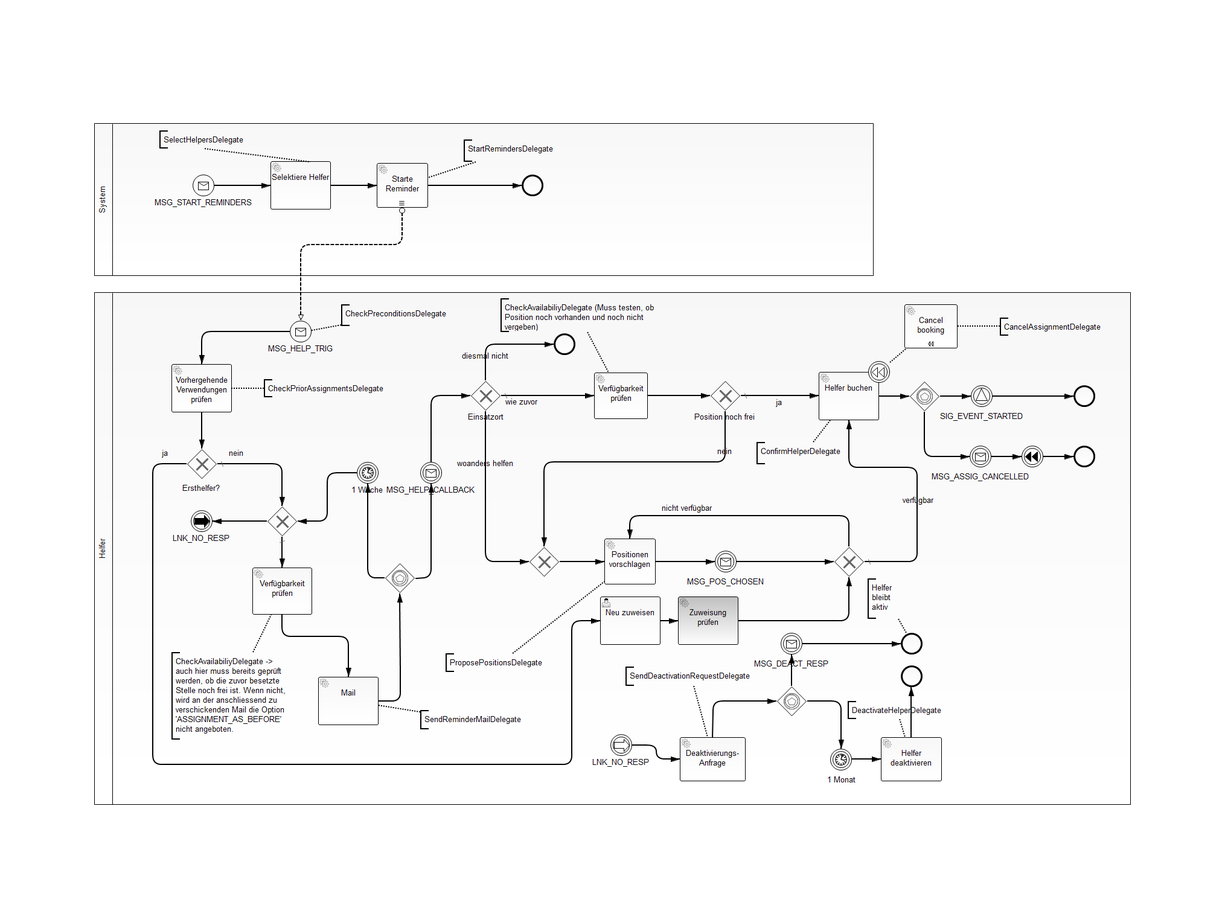
The BPMN diagram resourceplanning-bpm/src/main/resources/RequestHelp.png in gheddie/speedys-resourceplanning, before a commit. Its source is kept beside it as resourceplanning-bpm/src/main/resources/RequestHelp.bpmn. Ids are renumbered.
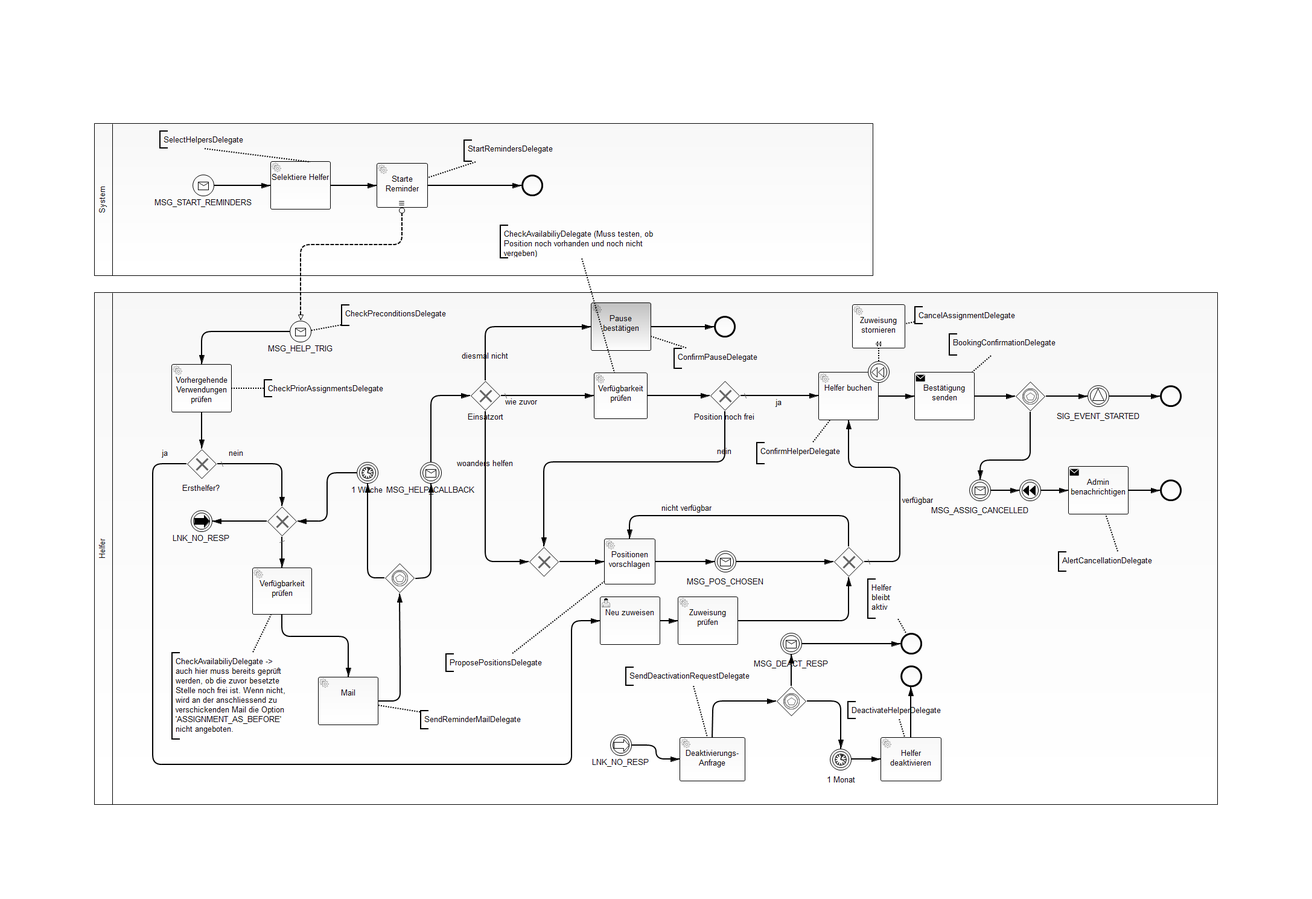
After the change.

Diff of the diagram source:
```diff
@@ -68,3 +68,3 @@
     <bpmn:sequenceFlow id="flowAsLastTime" name="wie zuvor" sourceRef="ExclusiveGateway_n21" targetRef="ServiceTask_3"/>
-    <bpmn:sequenceFlow id="flowPauseMe" name="diesmal nicht" sourceRef="ExclusiveGateway_n21" targetRef="EndEvent_n22">
+    <bpmn:sequenceFlow id="flowPauseMe" name="diesmal nicht" sourceRef="ExclusiveGateway_n21" targetRef="ServiceTask_n30">
       <bpmn:conditionExpression xsi:type="bpmn:tFormalExpression">${helperCallback=='PAUSE_ME'}</bpmn:conditionExpression>
@@ -92,5 +92,2 @@
     </bpmn:startEvent>
-    <bpmn:endEvent id="EndEvent_n22">
-      <bpmn:incoming>flowPauseMe</bpmn:incoming>
-    </bpmn:endEvent>
     <bpmn:serviceTask id="ServiceTask_n20" camunda:class="de.trispeedys.resourceplanning.delegate.requesthelp.ConfirmHelperDelegate" name="Helfer buchen">
@@ -225,3 +222,3 @@
     <bpmn:sequenceFlow id="SequenceFlow_16" name="" sourceRef="IntermediateCatchEvent_3" targetRef="ExclusiveGateway_1"/>
-    <bpmn:serviceTask id="ServiceTask_5" camunda:class="de.trispeedys.resourceplanning.delegate.requesthelp.CancelAssignmentDelegate" name="Cancel booking" isForCompensation="true"/>
+    <bpmn:serviceTask id="ServiceTask_5" camunda:class="de.trispeedys.resourceplanning.delegate.requesthelp.CancelAssignmentDelegate" name="Zuweisung stornieren" isForCompensation="true"/>
     <bpmn:boundaryEvent id="BoundaryEvent_1" name="" attachedToRef="ServiceTask_n20">
@@ -229,8 +226,16 @@
     </bpmn:boundaryEvent>
-    <bpmn:eventBasedGateway id="EventBasedGateway_2">
-      <bpmn:incoming>SequenceFlow_17</bpmn:incoming>
-      <bpmn:outgoing>SequenceFlow_18</bpmn:outgoing>
-      <bpmn:outgoing>SequenceFlow_19</bpmn:outgoing>
-    </bpmn:eventBasedGateway>
-    <bpmn:sequenceFlow id="SequenceFlow_17" name="" sourceRef="ServiceTask_n20" targetRef="EventBasedGateway_2"/>
+    <bpmn:sequenceFlow id="SequenceFlow_17" name="" sourceRef="ServiceTask_n20" targetRef="SendTask_n31"/>
+    <bpmn:sequenceFlow id="SequenceFlow_18" name="" sourceRef="EventBasedGateway_2" targetRef="IntermediateCatchEvent_2"/>
+    <bpmn:sequenceFlow id="SequenceFlow_20" name="" sourceRef="IntermediateCatchEvent_4" targetRef="IntermediateThrowEvent_1"/>
+    <bpmn:sequenceFlow id="SequenceFlow_21" name="" sourceRef="IntermediateThrowEvent_1" targetRef="SendTask_n32"/>
+    <bpmn:sequenceFlow id="SequenceFlow_22" name="" sourceRef="IntermediateCatchEvent_2" targetRef="EndEvent_3"/>
+    <bpmn:sequenceFlow id="SequenceFlow_n29" sourceRef="ServiceTask_n28" targetRef="ExclusiveGateway_1"/>
+    <bpmn:serviceTask id="ServiceTask_n28" camunda:class="de.trispeedys.resourceplanning.delegate.requesthelp.availability.CheckManualAssignmentDelegate" name="Zuweisung prüfen">
+      <bpmn:incoming>SequenceFlow_14</bpmn:incoming>
+      <bpmn:outgoing>SequenceFlow_n29</bpmn:outgoing>
+    </bpmn:serviceTask>
+    <bpmn:endEvent id="EndEvent_3">
+      <bpmn:incoming>SequenceFlow_22</bpmn:incoming>
+    </bpmn:endEvent>
+    <bpmn:sequenceFlow id="SequenceFlow_n33" sourceRef="SendTask_n32" targetRef="EndEvent_2"/>
     <bpmn:intermediateCatchEvent id="IntermediateCatchEvent_2" name="SIG_EVENT_STARTED">
@@ -240,9 +245,9 @@
     </bpmn:intermediateCatchEvent>
-    <bpmn:sequenceFlow id="SequenceFlow_18" name="" sourceRef="EventBasedGateway_2" targetRef="IntermediateCatchEvent_2"/>
-    <bpmn:intermediateCatchEvent id="IntermediateCatchEvent_4" name="MSG_ASSIG_CANCELLED">
-      <bpmn:incoming>SequenceFlow_19</bpmn:incoming>
-      <bpmn:outgoing>SequenceFlow_20</bpmn:outgoing>
-      <bpmn:messageEventDefinition id="_MessageEventDefinition_6" messageRef="Message_7"/>
-    </bpmn:intermediateCatchEvent>
-    <bpmn:sequenceFlow id="SequenceFlow_19" name="" sourceRef="EventBasedGateway_2" targetRef="IntermediateCatchEvent_4"/>
+    <bpmn:sendTask id="SendTask_n32" camunda:class="de.trispeedys.resourceplanning.delegate.requesthelp.AlertCancellationDelegate" name="Admin benachrichtigen">
+      <bpmn:incoming>SequenceFlow_21</bpmn:incoming>
+      <bpmn:outgoing>SequenceFlow_n33</bpmn:outgoing>
+    </bpmn:sendTask>
+    <bpmn:endEvent id="EndEvent_2">
+      <bpmn:incoming>SequenceFlow_n33</bpmn:incoming>
+    </bpmn:endEvent>
     <bpmn:intermediateThrowEvent id="IntermediateThrowEvent_1">
@@ -252,15 +257,25 @@
     </bpmn:intermediateThrowEvent>
-    <bpmn:sequenceFlow id="SequenceFlow_20" name="" sourceRef="IntermediateCatchEvent_4" targetRef="IntermediateThrowEvent_1"/>
-    <bpmn:endEvent id="EndEvent_2">
-      <bpmn:incoming>SequenceFlow_21</bpmn:incoming>
+    <bpmn:intermediateCatchEvent id="IntermediateCatchEvent_4" name="MSG_ASSIG_CANCELLED">
+      <bpmn:incoming>SequenceFlow_n34</bpmn:incoming>
+      <bpmn:outgoing>SequenceFlow_20</bpmn:outgoing>
+      <bpmn:messageEventDefinition id="_MessageEventDefinition_6" messageRef="Message_7"/>
+    </bpmn:intermediateCatchEvent>
+    <bpmn:sequenceFlow id="SequenceFlow_n34" sourceRef="EventBasedGateway_2" targetRef="IntermediateCatchEvent_4"/>
+    <bpmn:eventBasedGateway id="EventBasedGateway_2">
+      <bpmn:incoming>SequenceFlow_n35</bpmn:incoming>
+      <bpmn:outgoing>SequenceFlow_18</bpmn:outgoing>
+      <bpmn:outgoing>SequenceFlow_n34</bpmn:outgoing>
+    </bpmn:eventBasedGateway>
+    <bpmn:sequenceFlow id="SequenceFlow_n35" sourceRef="SendTask_n31" targetRef="EventBasedGateway_2"/>
+    <bpmn:sendTask id="SendTask_n31" camunda:class="de.trispeedys.resourceplanning.delegate.requesthelp.BookingConfirmationDelegate" name="Bestätigung senden">
+      <bpmn:incoming>SequenceFlow_17</bpmn:incoming>
+      <bpmn:outgoing>SequenceFlow_n35</bpmn:outgoing>
+    </bpmn:sendTask>
+    <bpmn:endEvent id="EndEvent_n22">
+      <bpmn:incoming>SequenceFlow_n36</bpmn:incoming>
     </bpmn:endEvent>
-    <bpmn:sequenceFlow id="SequenceFlow_21" name="" sourceRef="IntermediateThrowEvent_1" targetRef="EndEvent_2"/>
-    <bpmn:endEvent id="EndEvent_3">
-      <bpmn:incoming>SequenceFlow_22</bpmn:incoming>
-    </bpmn:endEvent>
-    <bpmn:sequenceFlow id="SequenceFlow_22" name="" sourceRef="IntermediateCatchEvent_2" targetRef="EndEvent_3"/>
-    <bpmn:sequenceFlow id="SequenceFlow_n29" sourceRef="ServiceTask_n28" targetRef="ExclusiveGateway_1"/>
-    <bpmn:serviceTask id="ServiceTask_n28" camunda:class="de.trispeedys.resourceplanning.delegate.requesthelp.availability.CheckManualAssignmentDelegate" name="Zuweisung prüfen">
-      <bpmn:incoming>SequenceFlow_14</bpmn:incoming>
-      <bpmn:outgoing>SequenceFlow_n29</bpmn:outgoing>
+    <bpmn:sequenceFlow id="SequenceFlow_n36" sourceRef="ServiceTask_n30" targetRef="EndEvent_n22"/>
+    <bpmn:serviceTask id="ServiceTask_n30" camunda:class="de.trispeedys.resourceplanning.delegate.requesthelp.ConfirmPauseDelegate" name="Pause bestätigen">
+      <bpmn:incoming>flowPauseMe</bpmn:incoming>
+      <bpmn:outgoing>SequenceFlow_n36</bpmn:outgoing>
     </bpmn:serviceTask>
@@ -299,2 +314,14 @@
     <bpmn:association id="Association_14" sourceRef="TextAnnotation_4" targetRef="ServiceTask_5"/>
+    <bpmn:association id="Association_15" sourceRef="TextAnnotation_14" targetRef="SendTask_n32"/>
+    <bpmn:textAnnotation id="TextAnnotation_14">
+      <bpmn:text>AlertCancellationDelegate</bpmn:text>
+    </bpmn:textAnnotation>
+    <bpmn:textAnnotation id="TextAnnotation_15">
+      <bpmn:text>BookingConfirmationDelegate</bpmn:text>
+    </bpmn:textAnnotation>
+    <bpmn:association id="Association_16" sourceRef="TextAnnotation_15" targetRef="SendTask_n31"/>
+    <bpmn:textAnnotation id="TextAnnotation_16">
+      <bpmn:text>ConfirmPauseDelegate</bpmn:text>
+    </bpmn:textAnnotation>
+    <bpmn:association id="Association_17" sourceRef="TextAnnotation_16" targetRef="ServiceTask_n30"/>
   </bpmn:process>
@@ -329,3 +356,3 @@
       <bpmndi:BPMNShape id="Participant_n3_di" bpmnElement="Participant_n3" isHorizontal="false">
-        <dc:Bounds height="849.0" width="1717.0" x="156.0" y="484.0"/>
+        <dc:Bounds height="849.0" width="1862.0" x="156.0" y="484.0"/>
       </bpmndi:BPMNShape>
@@ -361,5 +388,5 @@
       <bpmndi:BPMNShape id="EndEvent_n22_di" bpmnElement="EndEvent_n22">
-        <dc:Bounds height="36.0" width="36.0" x="917.0" y="552.0"/>
-        <bpmndi:BPMNLabel>
-          <dc:Bounds height="0.0" width="0.0" x="935.0" y="588.0"/>
+        <dc:Bounds height="36.0" width="36.0" x="1183.0" y="523.0"/>
+        <bpmndi:BPMNLabel>
+          <dc:Bounds height="0.0" width="90.0" x="1156.0" y="559.0"/>
         </bpmndi:BPMNLabel>
@@ -368,4 +395,4 @@
         <di:waypoint xsi:type="dc:Point" x="804.0" y="630.0"/>
-        <di:waypoint xsi:type="dc:Point" x="804.0" y="570.0"/>
-        <di:waypoint xsi:type="dc:Point" x="917.0" y="570.0"/>
+        <di:waypoint xsi:type="dc:Point" x="804.0" y="541.0"/>
+        <di:waypoint xsi:type="dc:Point" x="979.0" y="541.0"/>
         <bpmndi:BPMNLabel>
@@ -561,7 +588,7 @@
       <bpmndi:BPMNShape id="_BPMNShape_TextAnnotation_8" bpmnElement="TextAnnotation_6">
-        <dc:Bounds height="56.0" width="258.0" x="829.0" y="494.0"/>
+        <dc:Bounds height="56.0" width="258.0" x="828.0" y="372.0"/>
       </bpmndi:BPMNShape>
       <bpmndi:BPMNEdge id="BPMNEdge_Association_6" bpmnElement="Association_6" sourceElement="_BPMNShape_TextAnnotation_8" targetElement="_BPMNShape_ServiceTask_4">
-        <di:waypoint xsi:type="dc:Point" x="973.0" y="550.0"/>
-        <di:waypoint xsi:type="dc:Point" x="1008.0" y="617.0"/>
+        <di:waypoint xsi:type="dc:Point" x="965.0" y="428.0"/>
+        <di:waypoint xsi:type="dc:Point" x="1017.0" y="617.0"/>
       </bpmndi:BPMNEdge>
@@ -784,4 +811,4 @@
         <di:waypoint xsi:type="dc:Point" x="1431.0" y="930.0"/>
-        <di:waypoint xsi:type="dc:Point" x="1519.0" y="930.0"/>
-        <di:waypoint xsi:type="dc:Point" x="1519.0" y="774.0"/>
+        <di:waypoint xsi:type="dc:Point" x="1491.0" y="930.0"/>
+        <di:waypoint xsi:type="dc:Point" x="1491.0" y="774.0"/>
         <di:waypoint xsi:type="dc:Point" x="1406.0" y="774.0"/>
@@ -835,3 +862,3 @@
       <bpmndi:BPMNShape id="_BPMNShape_ServiceTask_11" bpmnElement="ServiceTask_5">
-        <dc:Bounds height="73.0" width="88.0" x="1498.0" y="504.0"/>
+        <dc:Bounds height="73.0" width="88.0" x="1412.0" y="504.0"/>
       </bpmndi:BPMNShape>
@@ -844,9 +871,9 @@
       <bpmndi:BPMNEdge id="BPMNEdge_Association_4" bpmnElement="Association_4" sourceElement="_BPMNShape_BoundaryEvent_2" targetElement="_BPMNShape_ServiceTask_11">
-        <di:waypoint xsi:type="dc:Point" x="1474.0" y="600.0"/>
-        <di:waypoint xsi:type="dc:Point" x="1501.0" y="576.0"/>
+        <di:waypoint xsi:type="dc:Point" x="1456.0" y="598.0"/>
+        <di:waypoint xsi:type="dc:Point" x="1456.0" y="576.0"/>
       </bpmndi:BPMNEdge>
       <bpmndi:BPMNShape id="_BPMNShape_EventBasedGateway_3" bpmnElement="EventBasedGateway_2">
-        <dc:Bounds height="50.0" width="50.0" x="1506.0" y="631.0"/>
-        <bpmndi:BPMNLabel>
-          <dc:Bounds height="0.0" width="0.0" x="1531.0" y="686.0"/>
+        <dc:Bounds height="50.0" width="50.0" x="1682.0" y="631.0"/>
+        <bpmndi:BPMNLabel>
+          <dc:Bounds height="0.0" width="90.0" x="1662.0" y="686.0"/>
         </bpmndi:BPMNLabel>
@@ -855,3 +882,3 @@
         <di:waypoint xsi:type="dc:Point" x="1456.0" y="656.0"/>
-        <di:waypoint xsi:type="dc:Point" x="1506.0" y="656.0"/>
+        <di:waypoint xsi:type="dc:Point" x="1516.0" y="656.0"/>
         <bpmndi:BPMNLabel>
@@ -861,5 +888,5 @@
       <bpmndi:BPMNShape id="_BPMNShape_IntermediateCatchEvent_5" bpmnElement="IntermediateCatchEvent_2">
-        <dc:Bounds height="36.0" width="36.0" x="1608.0" y="638.0"/>
-        <bpmndi:BPMNLabel>
-          <dc:Bounds height="22.0" width="134.0" x="1559.0" y="679.0"/>
+        <dc:Bounds height="36.0" width="36.0" x="1802.0" y="638.0"/>
+        <bpmndi:BPMNLabel>
+          <dc:Bounds height="22.0" width="134.0" x="1753.0" y="679.0"/>
         </bpmndi:BPMNLabel>
@@ -867,4 +894,4 @@
       <bpmndi:BPMNEdge id="BPMNEdge_SequenceFlow_21" bpmnElement="SequenceFlow_18" sourceElement="_BPMNShape_EventBasedGateway_3" targetElement="_BPMNShape_IntermediateCatchEvent_5">
-        <di:waypoint xsi:type="dc:Point" x="1556.0" y="656.0"/>
-        <di:waypoint xsi:type="dc:Point" x="1608.0" y="656.0"/>
+        <di:waypoint xsi:type="dc:Point" x="1732.0" y="656.0"/>
+        <di:waypoint xsi:type="dc:Point" x="1802.0" y="656.0"/>
         <bpmndi:BPMNLabel>
@@ -874,33 +901,33 @@
       <bpmndi:BPMNShape id="_BPMNShape_IntermediateCatchEvent_6" bpmnElement="IntermediateCatchEvent_4">
-        <dc:Bounds height="36.0" width="36.0" x="1606.0" y="738.0"/>
-        <bpmndi:BPMNLabel>
-          <dc:Bounds height="22.0" width="167.0" x="1541.0" y="779.0"/>
-        </bpmndi:BPMNLabel>
-      </bpmndi:BPMNShape>
-      <bpmndi:BPMNEdge id="BPMNEdge_SequenceFlow_22" bpmnElement="SequenceFlow_19" sourceElement="_BPMNShape_EventBasedGateway_3" targetElement="_BPMNShape_IntermediateCatchEvent_6">
-        <di:waypoint xsi:type="dc:Point" x="1531.0" y="681.0"/>
-        <di:waypoint xsi:type="dc:Point" x="1531.0" y="756.0"/>
-        <di:waypoint xsi:type="dc:Point" x="1606.0" y="756.0"/>
-        <bpmndi:BPMNLabel>
-          <dc:Bounds height="6.0" width="6.0" x="1528.0" y="756.0"/>
-        </bpmndi:BPMNLabel>
-      </bpmndi:BPMNEdge>
+        <dc:Bounds height="36.0" width="36.0" x="1606.0" y="794.0"/>
+        <bpmndi:BPMNLabel>
+          <dc:Bounds height="22.0" width="167.0" x="1541.0" y="835.0"/>
+        </bpmndi:BPMNLabel>
+      </bpmndi:BPMNShape>
       <bpmndi:BPMNShape id="_BPMNShape_IntermediateThrowEvent_2" bpmnElement="IntermediateThrowEvent_1">
-        <dc:Bounds height="36.0" width="36.0" x="1692.0" y="738.0"/>
+        <dc:Bounds height="36.0" width="36.0" x="1689.0" y="794.0"/>
+        <bpmndi:BPMNLabel>
+          <dc:Bounds height="20.0" width="90.0" x="1662.0" y="830.0"/>
+        </bpmndi:BPMNLabel>
       </bpmndi:BPMNShape>
       <bpmndi:BPMNEdge id="BPMNEdge_SequenceFlow_23" bpmnElement="SequenceFlow_20" sourceElement="_BPMNShape_IntermediateCatchEvent_6" targetElement="_BPMNShape_IntermediateThrowEvent_2">
-        <di:waypoint xsi:type="dc:Point" x="1642.0" y="756.0"/>
-        <di:waypoint xsi:type="dc:Point" x="1692.0" y="756.0"/>
+        <di:waypoint xsi:type="dc:Point" x="1642.0" y="812.0"/>
+        <di:waypoint xsi:type="dc:Point" x="1689.0" y="812.0"/>
       </bpmndi:BPMNEdge>
       <bpmndi:BPMNShape id="_BPMNShape_EndEvent_3" bpmnElement="EndEvent_2">
-        <dc:Bounds height="36.0" width="36.0" x="1778.0" y="738.0"/>
+        <dc:Bounds height="36.0" width="36.0" x="1922.0" y="794.0"/>
+        <bpmndi:BPMNLabel>
+          <dc:Bounds height="20.0" width="90.0" x="1895.0" y="830.0"/>
+        </bpmndi:BPMNLabel>
       </bpmndi:BPMNShape>
       <bpmndi:BPMNEdge id="BPMNEdge_SequenceFlow_24" bpmnElement="SequenceFlow_21" sourceElement="_BPMNShape_IntermediateThrowEvent_2" targetElement="_BPMNShape_EndEvent_3">
-        <di:waypoint xsi:type="dc:Point" x="1728.0" y="756.0"/>
-        <di:waypoint xsi:type="dc:Point" x="1778.0" y="756.0"/>
+        <di:waypoint xsi:type="dc:Point" x="1725.0" y="812.0"/>
+        <di:waypoint xsi:type="dc:Point" x="1749.0" y="812.0"/>
+        <di:waypoint xsi:type="dc:Point" x="1749.0" y="812.0"/>
+        <di:waypoint xsi:type="dc:Point" x="1770.0" y="812.0"/>
       </bpmndi:BPMNEdge>
       <bpmndi:BPMNShape id="_BPMNShape_EndEvent_4" bpmnElement="EndEvent_3">
-        <dc:Bounds height="36.0" width="36.0" x="1778.0" y="638.0"/>
-        <bpmndi:BPMNLabel>
-          <dc:Bounds height="0.0" width="0.0" x="1796.0" y="679.0"/>
+        <dc:Bounds height="36.0" width="36.0" x="1922.0" y="638.0"/>
+        <bpmndi:BPMNLabel>
+          <dc:Bounds height="0.0" width="90.0" x="1895.0" y="679.0"/>
         </bpmndi:BPMNLabel>
@@ -908,4 +935,4 @@
       <bpmndi:BPMNEdge id="BPMNEdge_SequenceFlow_25" bpmnElement="SequenceFlow_22" sourceElement="_BPMNShape_IntermediateCatchEvent_5" targetElement="_BPMNShape_EndEvent_4">
-        <di:waypoint xsi:type="dc:Point" x="1644.0" y="656.0"/>
-        <di:waypoint xsi:type="dc:Point" x="1778.0" y="656.0"/>
+        <di:waypoint xsi:type="dc:Point" x="1838.0" y="656.0"/>
+        <di:waypoint xsi:type="dc:Point" x="1922.0" y="656.0"/>
         <bpmndi:BPMNLabel>
@@ -915,7 +942,7 @@
       <bpmndi:BPMNShape id="_BPMNShape_TextAnnotation_18" bpmnElement="TextAnnotation_4">
-        <dc:Bounds height="30.0" width="180.0" x="1656.0" y="526.0"/>
+        <dc:Bounds height="30.0" width="180.0" x="1515.0" y="507.0"/>
       </bpmndi:BPMNShape>
       <bpmndi:BPMNEdge id="BPMNEdge_Association_14" bpmnElement="Association_14" sourceElement="_BPMNShape_TextAnnotation_18" targetElement="_BPMNShape_ServiceTask_11">
-        <di:waypoint xsi:type="dc:Point" x="1656.0" y="541.0"/>
-        <di:waypoint xsi:type="dc:Point" x="1586.0" y="540.0"/>
+        <di:waypoint xsi:type="dc:Point" x="1515.0" y="533.0"/>
+        <di:waypoint xsi:type="dc:Point" x="1500.0" y="535.0"/>
       </bpmndi:BPMNEdge>
@@ -932,2 +959,64 @@
       </bpmndi:BPMNShape>
+      <bpmndi:BPMNEdge id="SequenceFlow_n33_di" bpmnElement="SequenceFlow_n33">
+        <di:waypoint xsi:type="dc:Point" x="1870.0" y="812.0"/>
+        <di:waypoint xsi:type="dc:Point" x="1896.0" y="812.0"/>
+        <di:waypoint xsi:type="dc:Point" x="1896.0" y="812.0"/>
+        <di:waypoint xsi:type="dc:Point" x="1922.0" y="812.0"/>
+        <bpmndi:BPMNLabel>
+          <dc:Bounds height="20.0" width="90.0" x="1848.0" y="752.0"/>
+        </bpmndi:BPMNLabel>
+      </bpmndi:BPMNEdge>
+      <bpmndi:BPMNShape id="_BPMNShape_TextAnnotation_19" bpmnElement="TextAnnotation_14">
+        <dc:Bounds height="34.0" width="168.0" x="1753.0" y="913.0"/>
+      </bpmndi:BPMNShape>
+      <bpmndi:BPMNEdge id="BPMNEdge_Association_15" bpmnElement="Association_15" sourceElement="_BPMNShape_TextAnnotation_19" targetElement="SendTask_n32_di">
+        <di:waypoint xsi:type="dc:Point" x="1851.0" y="913.0"/>
+        <di:waypoint xsi:type="dc:Point" x="1832.0" y="852.0"/>
+      </bpmndi:BPMNEdge>
+      <bpmndi:BPMNShape id="SendTask_n32_di" bpmnElement="SendTask_n32">
+        <dc:Bounds height="80.0" width="100.0" x="1770.0" y="772.0"/>
+      </bpmndi:BPMNShape>
+      <bpmndi:BPMNEdge id="SequenceFlow_n34_di" bpmnElement="SequenceFlow_n34">
+        <di:waypoint xsi:type="dc:Point" x="1707.0" y="681.0"/>
+        <di:waypoint xsi:type="dc:Point" x="1707.0" y="762.0"/>
+        <di:waypoint xsi:type="dc:Point" x="1624.0" y="762.0"/>
+        <di:waypoint xsi:type="dc:Point" x="1624.0" y="794.0"/>
+        <bpmndi:BPMNLabel>
+          <dc:Bounds height="20.0" width="90.0" x="1579.0" y="727.5"/>
+        </bpmndi:BPMNLabel>
+      </bpmndi:BPMNEdge>
+      <bpmndi:BPMNEdge id="SequenceFlow_n35_di" bpmnElement="SequenceFlow_n35">
+        <di:waypoint xsi:type="dc:Point" x="1616.0" y="656.0"/>
+        <di:waypoint xsi:type="dc:Point" x="1682.0" y="656.0"/>
+        <bpmndi:BPMNLabel>
+          <dc:Bounds height="20.0" width="90.0" x="1597.5" y="646.0"/>
+        </bpmndi:BPMNLabel>
+      </bpmndi:BPMNEdge>
+      <bpmndi:BPMNShape id="SendTask_n31_di" bpmnElement="SendTask_n31">
+        <dc:Bounds height="80.0" width="100.0" x="1515.5607" y="616.0"/>
+      </bpmndi:BPMNShape>
+      <bpmndi:BPMNShape id="_BPMNShape_TextAnnotation_20" bpmnElement="TextAnnotation_15">
+        <dc:Bounds height="37.0" width="182.0" x="1572.0" y="552.0"/>
+      </bpmndi:BPMNShape>
+      <bpmndi:BPMNEdge id="BPMNEdge_Association_16" bpmnElement="Association_16" sourceElement="_BPMNShape_TextAnnotation_20" targetElement="SendTask_n31_di">
+        <di:waypoint xsi:type="dc:Point" x="1642.0" y="588.0"/>
+        <di:waypoint xsi:type="dc:Point" x="1611.0" y="616.0"/>
+      </bpmndi:BPMNEdge>
+      <bpmndi:BPMNEdge id="SequenceFlow_n36_di" bpmnElement="SequenceFlow_n36">
+        <di:waypoint xsi:type="dc:Point" x="1079.0" y="541.0"/>
+        <di:waypoint xsi:type="dc:Point" x="1183.0" y="541.0"/>
+        <bpmndi:BPMNLabel>
+          <dc:Bounds height="20.0" width="90.0" x="1086.0" y="531.0"/>
+        </bpmndi:BPMNLabel>
+      </bpmndi:BPMNEdge>
+      <bpmndi:BPMNShape id="ServiceTask_n30_di" bpmnElement="ServiceTask_n30">
+        <dc:Bounds height="80.0" width="100.0" x="979.0" y="501.0"/>
+      </bpmndi:BPMNShape>
+      <bpmndi:BPMNShape id="_BPMNShape_TextAnnotation_21" bpmnElement="TextAnnotation_16">
+        <dc:Bounds height="35.0" width="155.0" x="1116.0" y="576.0"/>
+      </bpmndi:BPMNShape>
+      <bpmndi:BPMNEdge id="BPMNEdge_Association_17" bpmnElement="Association_17" sourceElement="_BPMNShape_TextAnnotation_21" targetElement="ServiceTask_n30_di">
+        <di:waypoint xsi:type="dc:Point" x="1139.0" y="576.0"/>
+        <di:waypoint xsi:type="dc:Point" x="1079.0" y="557.0"/>
+      </bpmndi:BPMNEdge>
     </bpmndi:BPMNPlane>
```
